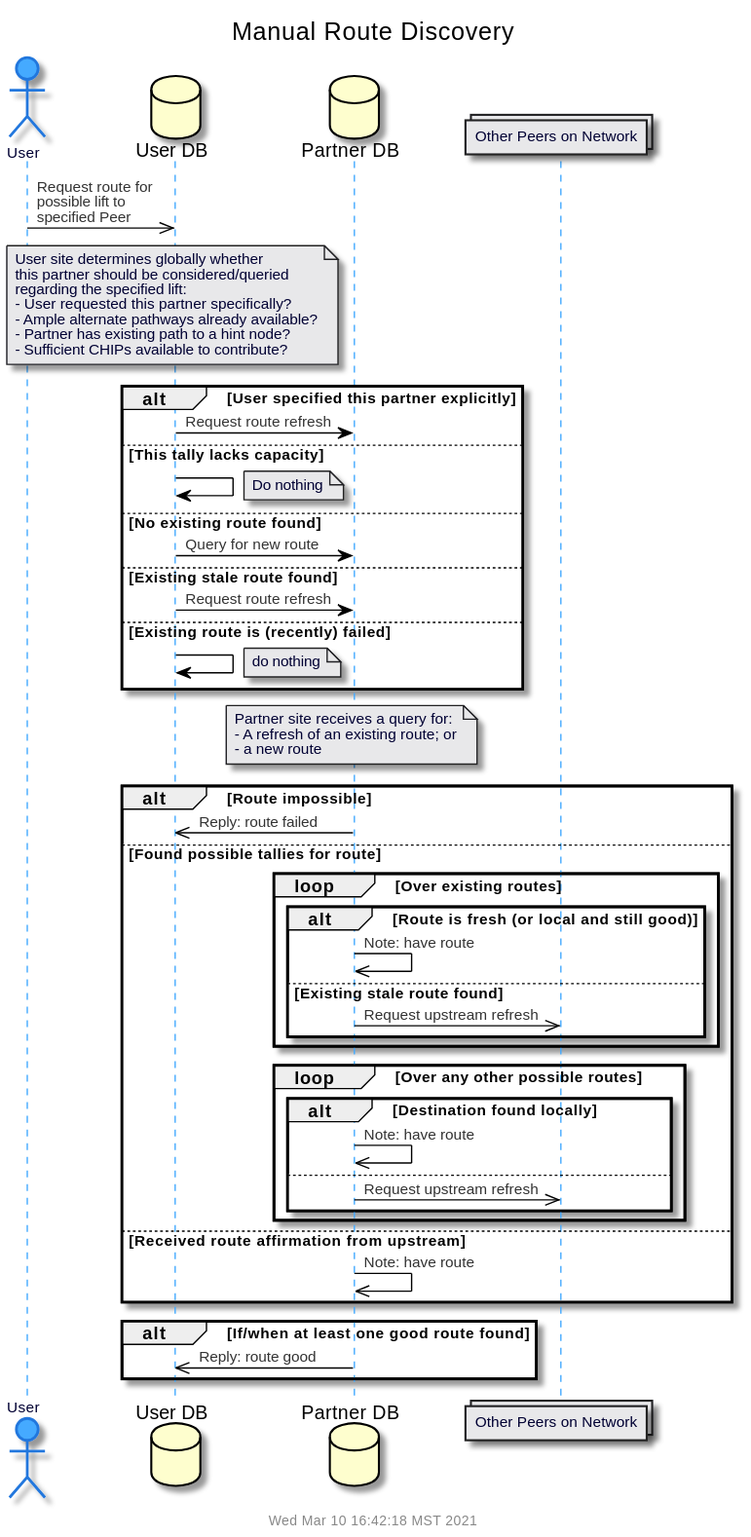
gotchoices/MyCHIPs keeps this PlantUML diagram as doc/uml/seq-route.svg. Above is the earlier version. Source of this version:
```plantuml
@startuml
!include common.puml
$title(Manual Route Discovery)
actor "User" as user
database "User DB" as userDB
database "Partner DB" as partDB
collections "Other Peers on Network" as net

user	->>	userDB:		Request route for\npossible lift to\nspecified Peer

note over userDB
  User site determines globally whether
  this partner should be considered/queried
  regarding the specified lift:
  - User requested this partner specifically?
  - Ample alternate pathways already available?
  - Partner has existing path to a hint node?
  - Sufficient CHIPs available to contribute?
end note

alt User specified this partner explicitly
  userDB	->	partDB:		Request route refresh

else This tally lacks capacity
  userDB	->	userDB:
  note right: Do nothing

else No existing route found
  userDB	->	partDB:		Query for new route

else Existing stale route found
  userDB	->	partDB:		Request route refresh

else Existing route is (recently) failed
  userDB	->	userDB:
  note right: do nothing
end

note over partDB
  Partner site receives a query for:
  - A refresh of an existing route; or
  - a new route
end note

alt Route impossible
   partDB ->>	userDB:		Reply: route failed

else Found possible tallies for route
  loop Over existing routes
    alt Route is fresh (or local and still good)
      partDB ->>	partDB:		Note: have route

    else Existing stale route found
      partDB ->>	net:		Request upstream refresh
    end
  end

  loop Over any other possible routes
    alt Destination found locally
      partDB ->>	partDB:		Note: have route

    else
      partDB ->>	net:		Request upstream refresh
    end
  end
else Received route affirmation from upstream
  partDB ->>	partDB:			Note: have route
end

alt If/when at least one good route found
  partDB ->>	userDB:		Reply: route good
end



@enduml
```
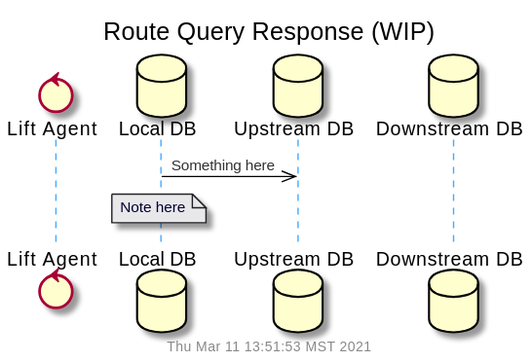
After the change.

What changed in the source:
```diff
@@ -1,76 +1,17 @@
 @startuml
 !include common.puml
-$title(Manual Route Discovery)
-actor "User" as user
-database "User DB" as userDB
-database "Partner DB" as partDB
-collections "Other Peers on Network" as net
+$title(Route Query Response (WIP))
+control "Lift Agent" as agent
+database "Local DB" as localDB
+database "Upstream DB" as upDB
+database "Downstream DB" as downDB
 
-user	->>	userDB:		Request route for\npossible lift to\nspecified Peer
 
-note over userDB
-  User site determines globally whether
-  this partner should be considered/queried
-  regarding the specified lift:
-  - User requested this partner specifically?
-  - Ample alternate pathways already available?
-  - Partner has existing path to a hint node?
-  - Sufficient CHIPs available to contribute?
+localDB	->>	upDB:		Something here
+
+note over localDB
+  Note here
 end note
-
-alt User specified this partner explicitly
-  userDB	->	partDB:		Request route refresh
-
-else This tally lacks capacity
-  userDB	->	userDB:
-  note right: Do nothing
-
-else No existing route found
-  userDB	->	partDB:		Query for new route
-
-else Existing stale route found
-  userDB	->	partDB:		Request route refresh
-
-else Existing route is (recently) failed
-  userDB	->	userDB:
-  note right: do nothing
-end
-
-note over partDB
-  Partner site receives a query for:
-  - A refresh of an existing route; or
-  - a new route
-end note
-
-alt Route impossible
-   partDB ->>	userDB:		Reply: route failed
-
-else Found possible tallies for route
-  loop Over existing routes
-    alt Route is fresh (or local and still good)
-      partDB ->>	partDB:		Note: have route
-
-    else Existing stale route found
-      partDB ->>	net:		Request upstream refresh
-    end
-  end
-
-  loop Over any other possible routes
-    alt Destination found locally
-      partDB ->>	partDB:		Note: have route
-
-    else
-      partDB ->>	net:		Request upstream refresh
-    end
-  end
-else Received route affirmation from upstream
-  partDB ->>	partDB:			Note: have route
-end
-
-alt If/when at least one good route found
-  partDB ->>	userDB:		Reply: route good
-end
-
 
 
 @enduml
```
